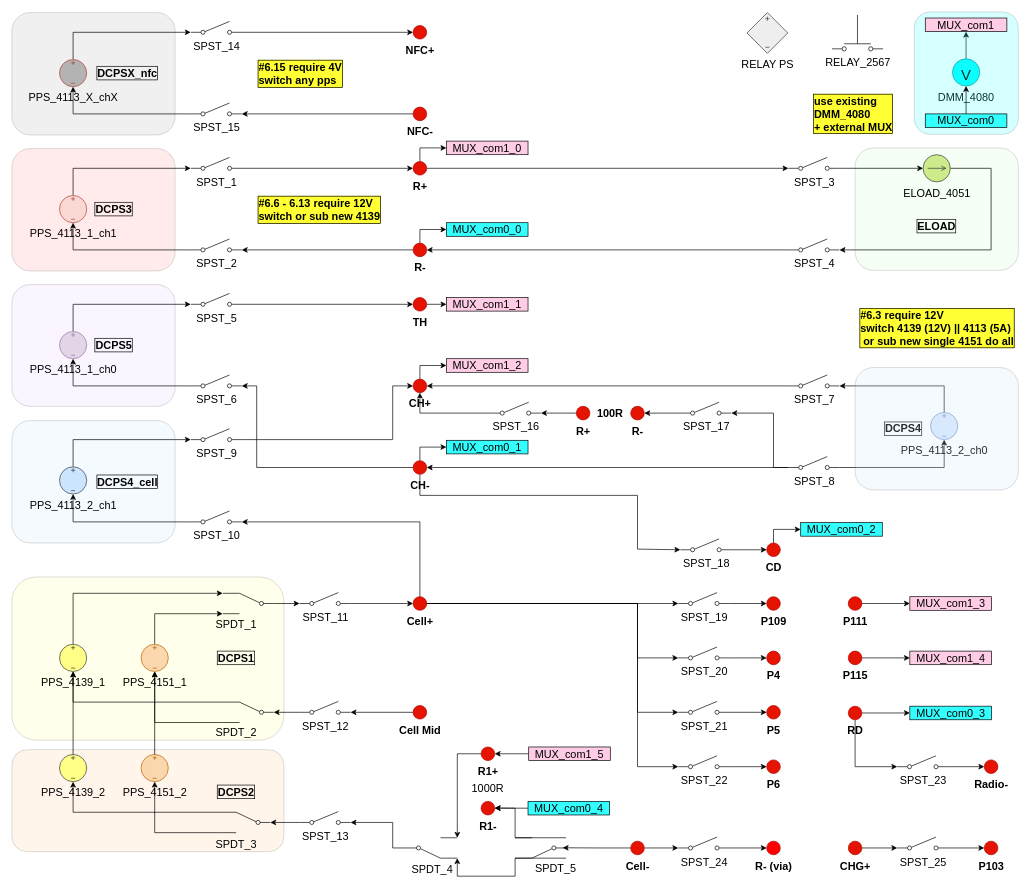
This is BMS_device_B_6p10.drawio from ktlim-xy/draw-io, a draw.io file, before an edit. Source tidied: cells renumbered, new cells numbered last; positions are measured from the earlier drawing's top-left corner, leaving out a move shared by most shapes. Both pictures are drawn from the tidied source at 68%, with x=0, y=0 at pixel (12, 12).
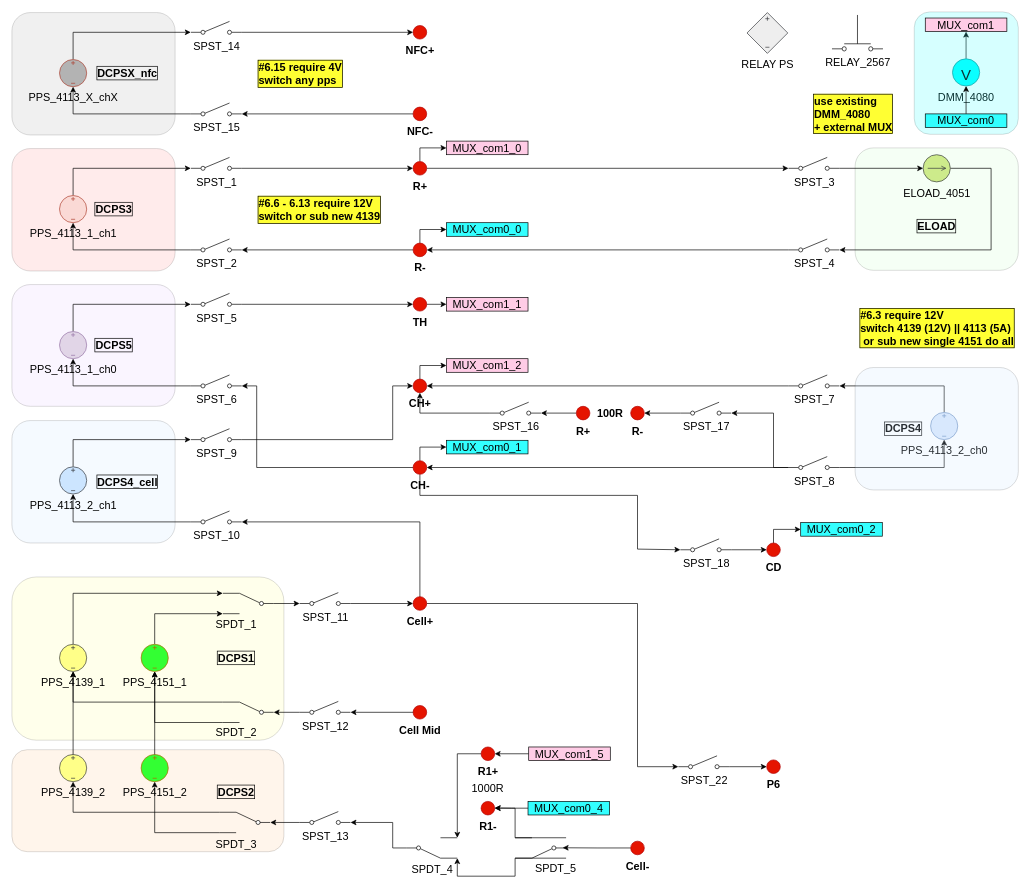
The same diagram, later.

Unchanged cells that the change refers to:
```xml
<mxCell id="19" value="Cell+" style="verticalLabelPosition=bottom;shadow=0;dashed=0;align=center;html=1;verticalAlign=top;strokeWidth=1;shape=ellipse;perimeter=ellipsePerimeter;fillColor=#e51400;fontColor=light-dark(#000000,#FF0000);strokeColor=#B20000;fontSize=16;fontStyle=1;" parent="1" vertex="1">
  <mxGeometry x="590" y="860" width="20" height="20" as="geometry" />
</mxCell>
<mxCell id="31" value="Cell-" style="verticalLabelPosition=bottom;shadow=0;dashed=0;align=center;html=1;verticalAlign=top;strokeWidth=1;shape=ellipse;perimeter=ellipsePerimeter;fillColor=#e51400;fontColor=light-dark(#000000,#FF0000);strokeColor=#B20000;fontSize=16;fontStyle=1;" parent="1" vertex="1">
  <mxGeometry x="910" y="1219.5" width="20" height="20" as="geometry" />
</mxCell>
```

Diff of the diagram source:
```diff
@@
-    <mxCell id="12" style="edgeStyle=orthogonalEdgeStyle;rounded=0;jettySize=auto;html=1;exitX=1;exitY=0.8;exitDx=0;exitDy=0;entryX=0;entryY=0.5;entryDx=0;entryDy=0;fontSize=16;" parent="1" edge="1" source="13" target="24">
-      <mxGeometry relative="1" as="geometry" />
-    </mxCell>
-    <mxCell id="13" value="SPST_19" style="html=1;shape=mxgraph.electrical.electro-mechanical.singleSwitch;elSwitchState=off;verticalAlign=top;labelPosition=center;verticalLabelPosition=bottom;align=center;fontSize=16;" parent="1" vertex="1">
-      <mxGeometry x="980" y="854" width="75" height="20" as="geometry" />
-    </mxCell>
@@
-    <mxCell id="15" style="edgeStyle=orthogonalEdgeStyle;rounded=0;jettySize=auto;html=1;exitX=1;exitY=0.5;exitDx=0;exitDy=0;entryX=0;entryY=0.8;entryDx=0;entryDy=0;" parent="1" edge="1" source="19" target="13">
-      <mxGeometry relative="1" as="geometry" />
-    </mxCell>
-    <mxCell id="16" style="edgeStyle=orthogonalEdgeStyle;rounded=0;jettySize=auto;html=1;exitX=1;exitY=0.5;exitDx=0;exitDy=0;entryX=0;entryY=0.8;entryDx=0;entryDy=0;" parent="1" edge="1" source="19" target="21">
-      <mxGeometry relative="1" as="geometry">
-        <Array as="points">
-          <mxPoint x="920" y="870" />
-          <mxPoint x="920" y="950" />
-        </Array>
-      </mxGeometry>
-    </mxCell>
-    <mxCell id="17" style="edgeStyle=orthogonalEdgeStyle;rounded=0;jettySize=auto;html=1;exitX=1;exitY=0.5;exitDx=0;exitDy=0;entryX=0;entryY=0.8;entryDx=0;entryDy=0;" parent="1" edge="1" source="19" target="23">
-      <mxGeometry relative="1" as="geometry">
-        <Array as="points">
-          <mxPoint x="920" y="870" />
-          <mxPoint x="920" y="1030" />
-        </Array>
-      </mxGeometry>
-    </mxCell>
@@
-    <mxCell id="20" style="edgeStyle=orthogonalEdgeStyle;rounded=0;jettySize=auto;html=1;exitX=1;exitY=0.8;exitDx=0;exitDy=0;entryX=0;entryY=0.5;entryDx=0;entryDy=0;fontSize=16;" parent="1" edge="1" source="21" target="25">
-      <mxGeometry relative="1" as="geometry" />
-    </mxCell>
-    <mxCell id="21" value="SPST_20" style="html=1;shape=mxgraph.electrical.electro-mechanical.singleSwitch;elSwitchState=off;verticalAlign=top;labelPosition=center;verticalLabelPosition=bottom;align=center;fontSize=16;" parent="1" vertex="1">
-      <mxGeometry x="980" y="934" width="75" height="20" as="geometry" />
-    </mxCell>
-    <mxCell id="22" style="edgeStyle=orthogonalEdgeStyle;rounded=0;jettySize=auto;html=1;exitX=1;exitY=0.8;exitDx=0;exitDy=0;entryX=0;entryY=0.5;entryDx=0;entryDy=0;fontSize=16;" parent="1" edge="1" source="23" target="26">
-      <mxGeometry relative="1" as="geometry" />
-    </mxCell>
-    <mxCell id="23" value="SPST_21" style="html=1;shape=mxgraph.electrical.electro-mechanical.singleSwitch;elSwitchState=off;labelPosition=center;verticalLabelPosition=bottom;align=center;verticalAlign=top;fontSize=16;" parent="1" vertex="1">
-      <mxGeometry x="980" y="1014" width="75" height="20" as="geometry" />
-    </mxCell>
-    <mxCell id="24" value="P109" style="verticalLabelPosition=bottom;shadow=0;dashed=0;align=center;html=1;verticalAlign=top;strokeWidth=1;shape=ellipse;perimeter=ellipsePerimeter;fillColor=#e51400;fontColor=light-dark(#000000,#FF0000);strokeColor=#B20000;fontSize=16;fontStyle=1;" parent="1" vertex="1">
-      <mxGeometry x="1110" y="860" width="20" height="20" as="geometry" />
-    </mxCell>
-    <mxCell id="25" value="P4" style="verticalLabelPosition=bottom;shadow=0;dashed=0;align=center;html=1;verticalAlign=top;strokeWidth=1;shape=ellipse;perimeter=ellipsePerimeter;fillColor=#e51400;fontColor=light-dark(#000000,#FF0000);strokeColor=#B20000;fontSize=16;fontStyle=1;" parent="1" vertex="1">
-      <mxGeometry x="1110" y="940" width="20" height="20" as="geometry" />
-    </mxCell>
-    <mxCell id="26" value="P5" style="verticalLabelPosition=bottom;shadow=0;dashed=0;align=center;html=1;verticalAlign=top;strokeWidth=1;shape=ellipse;perimeter=ellipsePerimeter;fillColor=#e51400;fontColor=light-dark(#000000,#FF0000);strokeColor=#B20000;fontSize=16;fontStyle=1;" parent="1" vertex="1">
-      <mxGeometry x="1110" y="1020" width="20" height="20" as="geometry" />
-    </mxCell>
@@
-    <mxCell id="30" style="edgeStyle=orthogonalEdgeStyle;rounded=0;jettySize=auto;html=1;exitX=1;exitY=0.5;exitDx=0;exitDy=0;entryX=0;entryY=0.8;entryDx=0;entryDy=0;fontSize=16;" parent="1" edge="1" source="31" target="151">
-      <mxGeometry relative="1" as="geometry" />
-    </mxCell>
@@
-    <mxCell id="86" value="PPS_4151_1" style="verticalLabelPosition=bottom;shadow=0;dashed=0;align=center;html=1;verticalAlign=top;shape=mxgraph.electrical.signal_sources.source;points=[[0.5,0,0],[1,0.5,0],[0.5,1,0],[0,0.5,0]];elSignalType=dc3;rotation=0;fillColor=#fad7ac;strokeColor=#b46504;fontSize=16;" parent="1" vertex="1">
+    <mxCell id="86" value="PPS_4151_1" style="verticalLabelPosition=bottom;shadow=0;dashed=0;align=center;html=1;verticalAlign=top;shape=mxgraph.electrical.signal_sources.source;points=[[0.5,0,0],[1,0.5,0],[0.5,1,0],[0,0.5,0]];elSignalType=dc3;rotation=0;fillColor=#33FF33;strokeColor=#b46504;fontSize=16;" parent="1" vertex="1">
       <mxGeometry x="190" y="930" width="40" height="40" as="geometry" />
     </mxCell>
@@
-    <mxCell id="88" value="PPS_4151_2" style="verticalLabelPosition=bottom;shadow=0;dashed=0;align=center;html=1;verticalAlign=top;shape=mxgraph.electrical.signal_sources.source;points=[[0.5,0,0],[1,0.5,0],[0.5,1,0],[0,0.5,0]];elSignalType=dc3;rotation=0;fillColor=#fad7ac;strokeColor=#b46504;fontSize=16;" parent="1" vertex="1">
+    <mxCell id="88" value="PPS_4151_2" style="verticalLabelPosition=bottom;shadow=0;dashed=0;align=center;html=1;verticalAlign=top;shape=mxgraph.electrical.signal_sources.source;points=[[0.5,0,0],[1,0.5,0],[0.5,1,0],[0,0.5,0]];elSignalType=dc3;rotation=0;fillColor=#33FF33;strokeColor=#b46504;fontSize=16;" parent="1" vertex="1">
       <mxGeometry x="190" y="1092" width="40" height="40" as="geometry" />
     </mxCell>
@@
-    <mxCell id="102" style="edgeStyle=orthogonalEdgeStyle;rounded=0;jettySize=auto;html=1;exitX=1;exitY=0.5;exitDx=0;exitDy=0;entryX=0;entryY=0.5;entryDx=0;entryDy=0;fontSize=16;" parent="1" edge="1" source="103" target="134">
-      <mxGeometry relative="1" as="geometry" />
-    </mxCell>
-    <mxCell id="103" value="P111" style="verticalLabelPosition=bottom;shadow=0;dashed=0;align=center;html=1;verticalAlign=top;strokeWidth=1;shape=ellipse;perimeter=ellipsePerimeter;fillColor=#e51400;fontColor=light-dark(#000000,#FF0000);strokeColor=#B20000;fontSize=16;fontStyle=1;" parent="1" vertex="1">
-      <mxGeometry x="1230" y="860" width="20" height="20" as="geometry" />
-    </mxCell>
-    <mxCell id="104" style="edgeStyle=orthogonalEdgeStyle;rounded=0;jettySize=auto;html=1;exitX=1;exitY=0.5;exitDx=0;exitDy=0;entryX=0;entryY=0.5;entryDx=0;entryDy=0;" parent="1" edge="1" source="105" target="137">
-      <mxGeometry relative="1" as="geometry" />
-    </mxCell>
-    <mxCell id="105" value="P115" style="verticalLabelPosition=bottom;shadow=0;dashed=0;align=center;html=1;verticalAlign=top;strokeWidth=1;shape=ellipse;perimeter=ellipsePerimeter;fillColor=#e51400;fontColor=light-dark(#000000,#FF0000);strokeColor=#B20000;fontSize=16;fontStyle=1;" parent="1" vertex="1">
-      <mxGeometry x="1230" y="940" width="20" height="20" as="geometry" />
-    </mxCell>
@@
-    <mxCell id="109" style="edgeStyle=orthogonalEdgeStyle;rounded=0;jettySize=auto;html=1;exitX=1;exitY=0.5;exitDx=0;exitDy=0;entryX=0;entryY=0.5;entryDx=0;entryDy=0;fontSize=16;" parent="1" edge="1" source="111" target="141">
-      <mxGeometry relative="1" as="geometry" />
-    </mxCell>
-    <mxCell id="110" style="edgeStyle=orthogonalEdgeStyle;rounded=0;jettySize=auto;html=1;exitX=0.5;exitY=1;exitDx=0;exitDy=0;entryX=0;entryY=0.8;entryDx=0;entryDy=0;" parent="1" edge="1" source="111" target="174">
-      <mxGeometry relative="1" as="geometry" />
-    </mxCell>
-    <mxCell id="111" value="RD" style="verticalLabelPosition=bottom;shadow=0;dashed=0;align=center;html=1;verticalAlign=top;strokeWidth=1;shape=ellipse;perimeter=ellipsePerimeter;fillColor=#e51400;fontColor=light-dark(#000000,#FF0000);strokeColor=#B20000;fontSize=16;fontStyle=1;" parent="1" vertex="1">
-      <mxGeometry x="1230" y="1021" width="20" height="20" as="geometry" />
-    </mxCell>
@@
-    <mxCell id="128" style="edgeStyle=orthogonalEdgeStyle;rounded=0;jettySize=auto;html=1;exitX=1;exitY=0.8;exitDx=0;exitDy=0;entryX=0.5;entryY=1;entryDx=0;entryDy=0;" parent="1" edge="1" source="129" target="130">
-      <mxGeometry relative="1" as="geometry" />
-    </mxCell>
-    <mxCell id="129" value="SPST_25" style="html=1;shape=mxgraph.electrical.electro-mechanical.singleSwitch;elSwitchState=off;labelPosition=center;verticalLabelPosition=bottom;align=center;verticalAlign=top;fontSize=16;" parent="1" vertex="1">
-      <mxGeometry x="1302" y="1213.5" width="75" height="20" as="geometry" />
-    </mxCell>
-    <mxCell id="130" value="P103" style="verticalLabelPosition=bottom;shadow=0;dashed=0;align=center;html=1;verticalAlign=top;strokeWidth=1;shape=ellipse;perimeter=ellipsePerimeter;fillColor=#e51400;fontColor=light-dark(#000000,#FF0000);strokeColor=#B20000;fontSize=16;fontStyle=1;direction=south;" parent="1" vertex="1">
-      <mxGeometry x="1430" y="1219.5" width="20" height="20" as="geometry" />
-    </mxCell>
-    <mxCell id="131" style="edgeStyle=orthogonalEdgeStyle;rounded=0;jettySize=auto;html=1;exitX=1;exitY=0.5;exitDx=0;exitDy=0;entryX=0;entryY=0.8;entryDx=0;entryDy=0;fontSize=16;" parent="1" edge="1" source="132" target="129">
-      <mxGeometry relative="1" as="geometry" />
-    </mxCell>
-    <mxCell id="132" value="CHG+" style="verticalLabelPosition=bottom;shadow=0;dashed=0;align=center;html=1;verticalAlign=top;strokeWidth=1;shape=ellipse;perimeter=ellipsePerimeter;fillColor=#e51400;fontColor=light-dark(#000000,#FF0000);strokeColor=#B20000;fontSize=16;fontStyle=1;" parent="1" vertex="1">
-      <mxGeometry x="1230" y="1219.5" width="20" height="20" as="geometry" />
-    </mxCell>
@@
-    <mxCell id="134" value="MUX_com1_3" style="rounded=0;whiteSpace=wrap;html=1;fillColor=#FFCCE6;fontSize=16;" parent="1" vertex="1">
-      <mxGeometry x="1320.5" y="860" width="120" height="20" as="geometry" />
-    </mxCell>
@@
-    <mxCell id="137" value="MUX_com1_4" style="rounded=0;whiteSpace=wrap;html=1;fillColor=#FFCCE6;fontSize=16;" parent="1" vertex="1">
-      <mxGeometry x="1320.5" y="940" width="120" height="20" as="geometry" />
-    </mxCell>
@@
-    <mxCell id="141" value="MUX_com0_3" style="rounded=0;whiteSpace=wrap;html=1;fillColor=#33FFFF;fontSize=16;" parent="1" vertex="1">
-      <mxGeometry x="1320.5" y="1021" width="120" height="20" as="geometry" />
-    </mxCell>
@@
-    <mxCell id="150" style="edgeStyle=orthogonalEdgeStyle;rounded=0;jettySize=auto;html=1;exitX=1;exitY=0.8;exitDx=0;exitDy=0;entryX=0;entryY=0.5;entryDx=0;entryDy=0;fontSize=16;" parent="1" edge="1" source="151" target="152">
-      <mxGeometry relative="1" as="geometry" />
-    </mxCell>
-    <mxCell id="151" value="SPST_24" style="html=1;shape=mxgraph.electrical.electro-mechanical.singleSwitch;elSwitchState=off;labelPosition=center;verticalLabelPosition=bottom;align=center;verticalAlign=top;fontSize=16;" parent="1" vertex="1">
-      <mxGeometry x="980" y="1213.5" width="75" height="20" as="geometry" />
-    </mxCell>
-    <mxCell id="152" value="R- (via)" style="verticalLabelPosition=bottom;shadow=0;dashed=0;align=center;html=1;verticalAlign=top;strokeWidth=1;shape=ellipse;perimeter=ellipsePerimeter;fillColor=#FF0000;fontColor=light-dark(#000000,#FF0000);strokeColor=#B20000;fillStyle=auto;fontSize=16;fontStyle=1;" parent="1" vertex="1">
-      <mxGeometry x="1110" y="1219.5" width="20" height="20" as="geometry" />
-    </mxCell>
@@
-    <mxCell id="172" value="Radio-" style="verticalLabelPosition=bottom;shadow=0;dashed=0;align=center;html=1;verticalAlign=top;strokeWidth=1;shape=ellipse;perimeter=ellipsePerimeter;fillColor=#e51400;fontColor=light-dark(#000000,#FF0000);strokeColor=#B20000;fontSize=16;fontStyle=1;" parent="1" vertex="1">
-      <mxGeometry x="1430" y="1100" width="20" height="20" as="geometry" />
-    </mxCell>
-    <mxCell id="173" style="edgeStyle=orthogonalEdgeStyle;rounded=0;jettySize=auto;html=1;exitX=1;exitY=0.8;exitDx=0;exitDy=0;entryX=0;entryY=0.5;entryDx=0;entryDy=0;" parent="1" edge="1" source="174" target="172">
-      <mxGeometry relative="1" as="geometry" />
-    </mxCell>
-    <mxCell id="174" value="SPST_23" style="html=1;shape=mxgraph.electrical.electro-mechanical.singleSwitch;elSwitchState=off;verticalAlign=top;labelPosition=center;verticalLabelPosition=bottom;align=center;fontSize=16;" parent="1" vertex="1">
-      <mxGeometry x="1302" y="1094" width="75" height="20" as="geometry" />
-    </mxCell>
```
